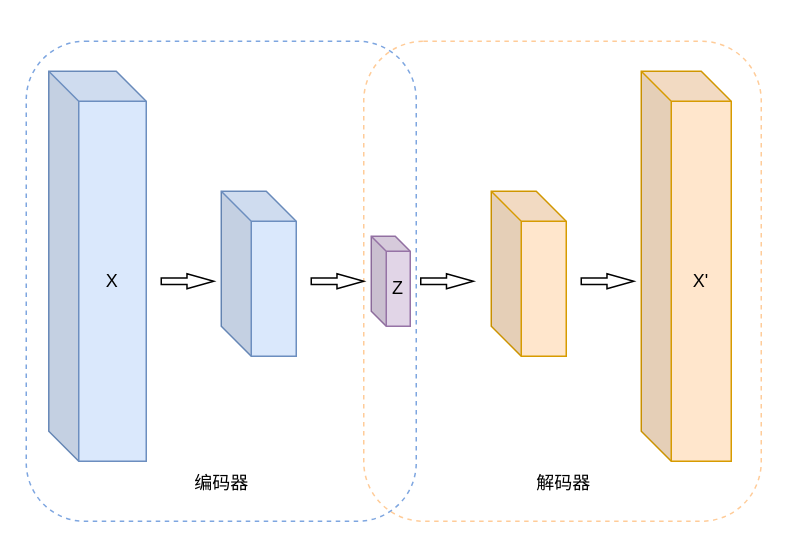
The draw.io diagram page "第 1 页" (1 of 2) of 综述论文图.drawio in Leeon-K/drawio_saver, before the edit. Source tidied: cells renumbered, new cells numbered last; positions are measured from the earlier drawing's top-left corner, leaving out a move shared by most shapes. Both pictures are drawn from the tidied source at 150%, with x=0, y=0 at pixel (26, 40).
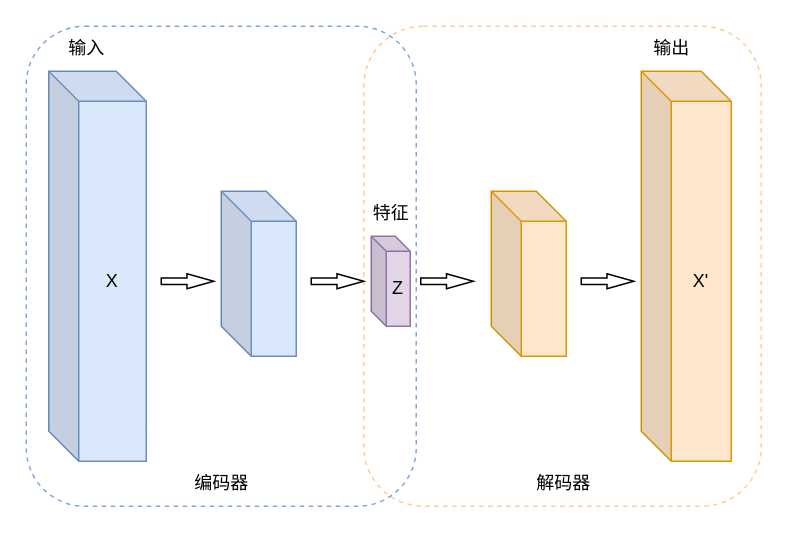
Above is the later version.

Commit message (it also covers changes not shown here):
更新综述论文图.drawio

What changed in the source:
```diff
@@
 <mxGraphModel>
   <root>
     <mxCell id="0" />
     <mxCell id="1" parent="0" />
     <mxCell id="2" style="rounded=1;whiteSpace=wrap;html=1;fillColor=none;strokeColor=#FFCC99;dashed=1;" parent="1" vertex="1">
-      <mxGeometry x="225" width="265" height="320" as="geometry" />
+      <mxGeometry x="225" y="-10" width="265" height="320" as="geometry" />
     </mxCell>
     <mxCell id="3" style="rounded=1;whiteSpace=wrap;html=1;fillColor=none;strokeColor=#7EA6E0;dashed=1;" parent="1" vertex="1">
-      <mxGeometry width="260" height="320" as="geometry" />
+      <mxGeometry y="-10" width="260" height="320" as="geometry" />
     </mxCell>
     <mxCell id="4" value="X" style="shape=cube;whiteSpace=wrap;html=1;boundedLbl=1;backgroundOutline=1;darkOpacity=0.05;darkOpacity2=0.1;fillColor=#dae8fc;strokeColor=#6c8ebf;" parent="1" vertex="1">
       <mxGeometry x="15" y="20" width="65" height="260" as="geometry" />
     </mxCell>
     <mxCell id="5" style="shape=cube;whiteSpace=wrap;html=1;boundedLbl=1;backgroundOutline=1;darkOpacity=0.05;darkOpacity2=0.1;fillColor=#dae8fc;strokeColor=#6c8ebf;" parent="1" vertex="1">
       <mxGeometry x="130" y="100" width="50" height="110" as="geometry" />
     </mxCell>
     <mxCell id="6" value="X'" style="shape=cube;whiteSpace=wrap;html=1;boundedLbl=1;backgroundOutline=1;darkOpacity=0.05;darkOpacity2=0.1;fillColor=#ffe6cc;strokeColor=#d79b00;" parent="1" vertex="1">
       <mxGeometry x="410" y="20" width="60" height="260" as="geometry" />
     </mxCell>
     <mxCell id="7" style="shape=cube;whiteSpace=wrap;html=1;boundedLbl=1;backgroundOutline=1;darkOpacity=0.05;darkOpacity2=0.1;fillColor=#ffe6cc;strokeColor=#d79b00;" parent="1" vertex="1">
       <mxGeometry x="310" y="100" width="50" height="110" as="geometry" />
     </mxCell>
     <mxCell id="8" value="编码器" style="text;html=1;align=center;verticalAlign=middle;strokeColor=none;fillColor=none;" parent="1" vertex="1">
       <mxGeometry x="100" y="280" width="60" height="30" as="geometry" />
     </mxCell>
     <mxCell id="9" value="解码器" style="text;html=1;align=center;verticalAlign=middle;strokeColor=none;fillColor=none;" parent="1" vertex="1">
       <mxGeometry x="327.5" y="280" width="60" height="30" as="geometry" />
     </mxCell>
     <mxCell id="10" value="Z" style="shape=cube;whiteSpace=wrap;html=1;boundedLbl=1;backgroundOutline=1;darkOpacity=0.05;darkOpacity2=0.1;fillColor=#e1d5e7;strokeColor=#9673a6;size=10;" parent="1" vertex="1">
       <mxGeometry x="230" y="130" width="26" height="60" as="geometry" />
     </mxCell>
     <mxCell id="11" style="html=1;shadow=0;dashed=0;align=center;verticalAlign=middle;shape=mxgraph.arrows2.arrow;dy=0.58;dx=17.84;notch=0;" parent="1" vertex="1">
       <mxGeometry x="90" y="155" width="35" height="10" as="geometry" />
     </mxCell>
     <mxCell id="12" style="html=1;shadow=0;dashed=0;align=center;verticalAlign=middle;shape=mxgraph.arrows2.arrow;dy=0.58;dx=17.84;notch=0;" parent="1" vertex="1">
       <mxGeometry x="190" y="155" width="35" height="10" as="geometry" />
     </mxCell>
     <mxCell id="13" style="html=1;shadow=0;dashed=0;align=center;verticalAlign=middle;shape=mxgraph.arrows2.arrow;dy=0.58;dx=17.84;notch=0;" parent="1" vertex="1">
       <mxGeometry x="263" y="155" width="35" height="10" as="geometry" />
     </mxCell>
     <mxCell id="14" style="html=1;shadow=0;dashed=0;align=center;verticalAlign=middle;shape=mxgraph.arrows2.arrow;dy=0.58;dx=17.84;notch=0;" parent="1" vertex="1">
       <mxGeometry x="370" y="155" width="35" height="10" as="geometry" />
     </mxCell>
+    <mxCell id="15" value="输入" style="text;html=1;align=center;verticalAlign=middle;strokeColor=none;fillColor=none;" parent="1" vertex="1">
+      <mxGeometry x="15" y="-10" width="50" height="30" as="geometry" />
+    </mxCell>
+    <mxCell id="16" value="输出" style="text;html=1;align=center;verticalAlign=middle;strokeColor=none;fillColor=none;" parent="1" vertex="1">
+      <mxGeometry x="405" y="-10" width="50" height="30" as="geometry" />
+    </mxCell>
+    <mxCell id="17" value="特征" style="text;html=1;align=center;verticalAlign=middle;strokeColor=none;fillColor=none;" parent="1" vertex="1">
+      <mxGeometry x="218" y="100" width="50" height="30" as="geometry" />
+    </mxCell>
   </root>
 </mxGraphModel>
```
